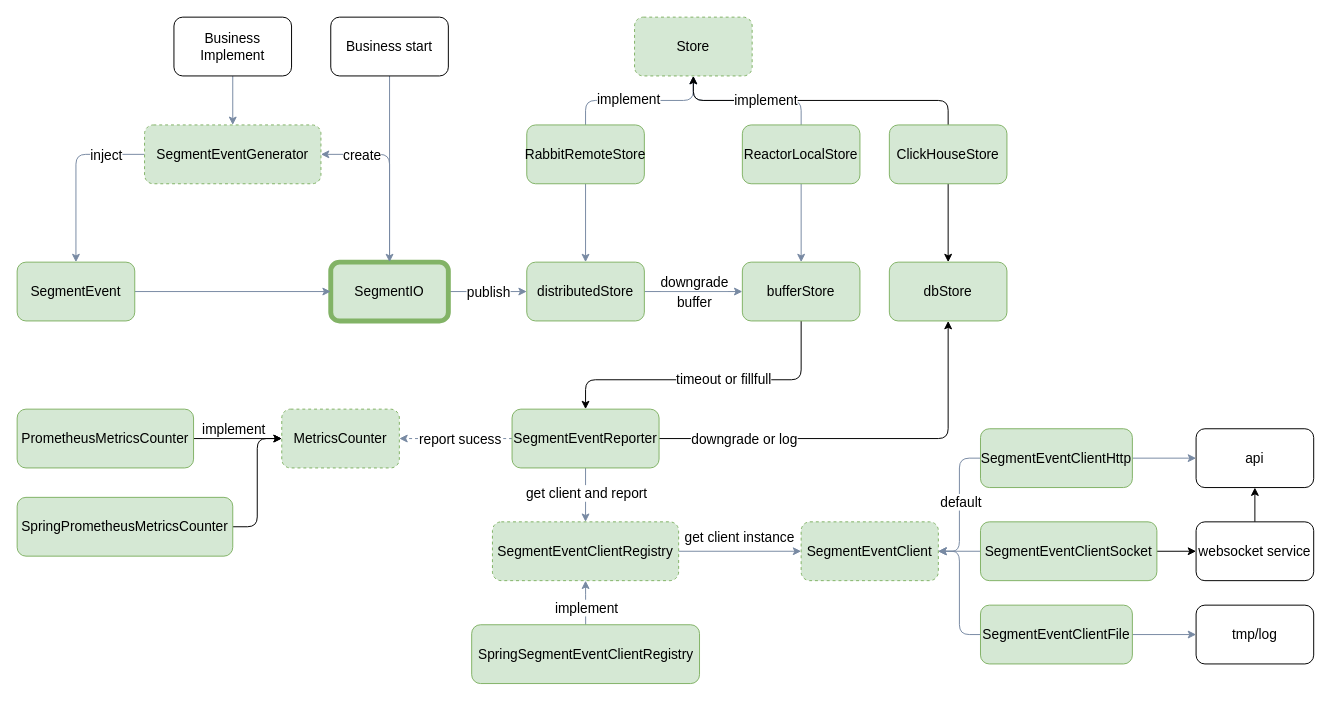
sheldon-pacvue/segmenet-event keeps this draw.io diagram as assets/SegmentEvent-V2.drawio. Above is the earlier version. Source tidied: cells renumbered, new cells numbered last; positions are measured from the earlier drawing's top-left corner, leaving out a move shared by most shapes. Both pictures are drawn from the tidied source at 98%, with x=0, y=0 at pixel (17, 17).
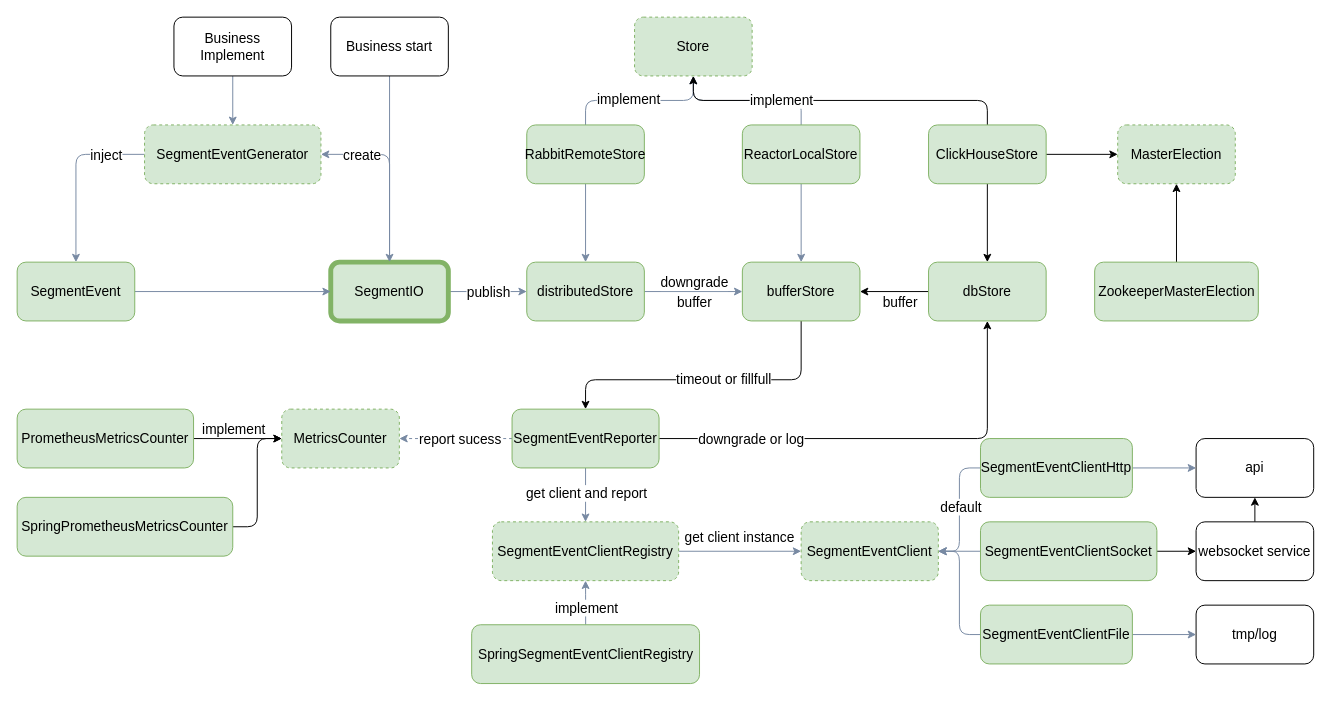
The same page after the edit.

Unchanged cells that the change refers to:
```xml
<mxCell id="30" value="bufferStore" style="rounded=1;whiteSpace=wrap;html=1;strokeColor=#82b366;fillColor=#d5e8d4;labelBackgroundColor=none;fontSize=14;" parent="1" vertex="1">
  <mxGeometry x="740" y="250" width="120" height="60" as="geometry" />
</mxCell>
```

The edit, as a diff of the source:
```diff
@@
     <mxCell id="41" value="SegmentEventClientHttp" style="rounded=1;whiteSpace=wrap;html=1;strokeColor=#82b366;fillColor=#d5e8d4;labelBackgroundColor=none;fontSize=14;" parent="1" vertex="1">
-      <mxGeometry x="983" y="420" width="155" height="60" as="geometry" />
+      <mxGeometry x="983" y="430" width="155" height="60" as="geometry" />
     </mxCell>
@@
     <mxCell id="48" value="api" style="rounded=1;whiteSpace=wrap;html=1;labelBackgroundColor=none;fontSize=14;" parent="1" vertex="1">
-      <mxGeometry x="1203" y="420" width="120" height="60" as="geometry" />
+      <mxGeometry x="1203" y="430" width="120" height="60" as="geometry" />
     </mxCell>
@@
+    <mxCell id="70" style="edgeStyle=orthogonalEdgeStyle;rounded=0;jettySize=auto;html=1;exitX=1;exitY=0.5;exitDx=0;exitDy=0;entryX=0;entryY=0.5;entryDx=0;entryDy=0;" parent="1" edge="1" source="66" target="73">
+      <mxGeometry relative="1" as="geometry" />
+    </mxCell>
     <mxCell id="66" value="ClickHouseStore" style="rounded=1;whiteSpace=wrap;html=1;strokeColor=#82b366;fillColor=#d5e8d4;labelBackgroundColor=none;fontSize=14;" parent="1" vertex="1">
-      <mxGeometry x="890" y="110" width="120" height="60" as="geometry" />
+      <mxGeometry x="930" y="110" width="120" height="60" as="geometry" />
     </mxCell>
+    <mxCell id="71" style="edgeStyle=orthogonalEdgeStyle;rounded=0;jettySize=auto;html=1;entryX=1;entryY=0.5;entryDx=0;entryDy=0;" parent="1" edge="1" source="67" target="30">
+      <mxGeometry relative="1" as="geometry" />
+    </mxCell>
+    <mxCell id="72" value="buffer" style="edgeLabel;html=1;align=center;verticalAlign=middle;fontSize=14;" parent="71" vertex="1">
+      <mxGeometry y="-1" relative="1" as="geometry">
+        <mxPoint x="5" y="11" as="offset" />
+      </mxGeometry>
+    </mxCell>
     <mxCell id="67" value="dbStore" style="rounded=1;whiteSpace=wrap;html=1;strokeColor=#82b366;fillColor=#d5e8d4;labelBackgroundColor=none;fontSize=14;" parent="1" vertex="1">
-      <mxGeometry x="890" y="250" width="120" height="60" as="geometry" />
+      <mxGeometry x="930" y="250" width="120" height="60" as="geometry" />
     </mxCell>
@@
+    <mxCell id="73" value="MasterElection" style="rounded=1;whiteSpace=wrap;html=1;strokeColor=#82b366;fillColor=#d5e8d4;labelBackgroundColor=none;fontSize=14;dashed=1;" parent="1" vertex="1">
+      <mxGeometry x="1123" y="110" width="120" height="60" as="geometry" />
+    </mxCell>
+    <mxCell id="74" style="edgeStyle=orthogonalEdgeStyle;rounded=0;jettySize=auto;html=1;" parent="1" edge="1" source="75" target="73">
+      <mxGeometry relative="1" as="geometry" />
+    </mxCell>
+    <mxCell id="75" value="ZookeeperMasterElection" style="rounded=1;whiteSpace=wrap;html=1;strokeColor=#82b366;fillColor=#d5e8d4;labelBackgroundColor=none;fontSize=14;" parent="1" vertex="1">
+      <mxGeometry x="1099.5" y="250" width="167" height="60" as="geometry" />
+    </mxCell>
```
